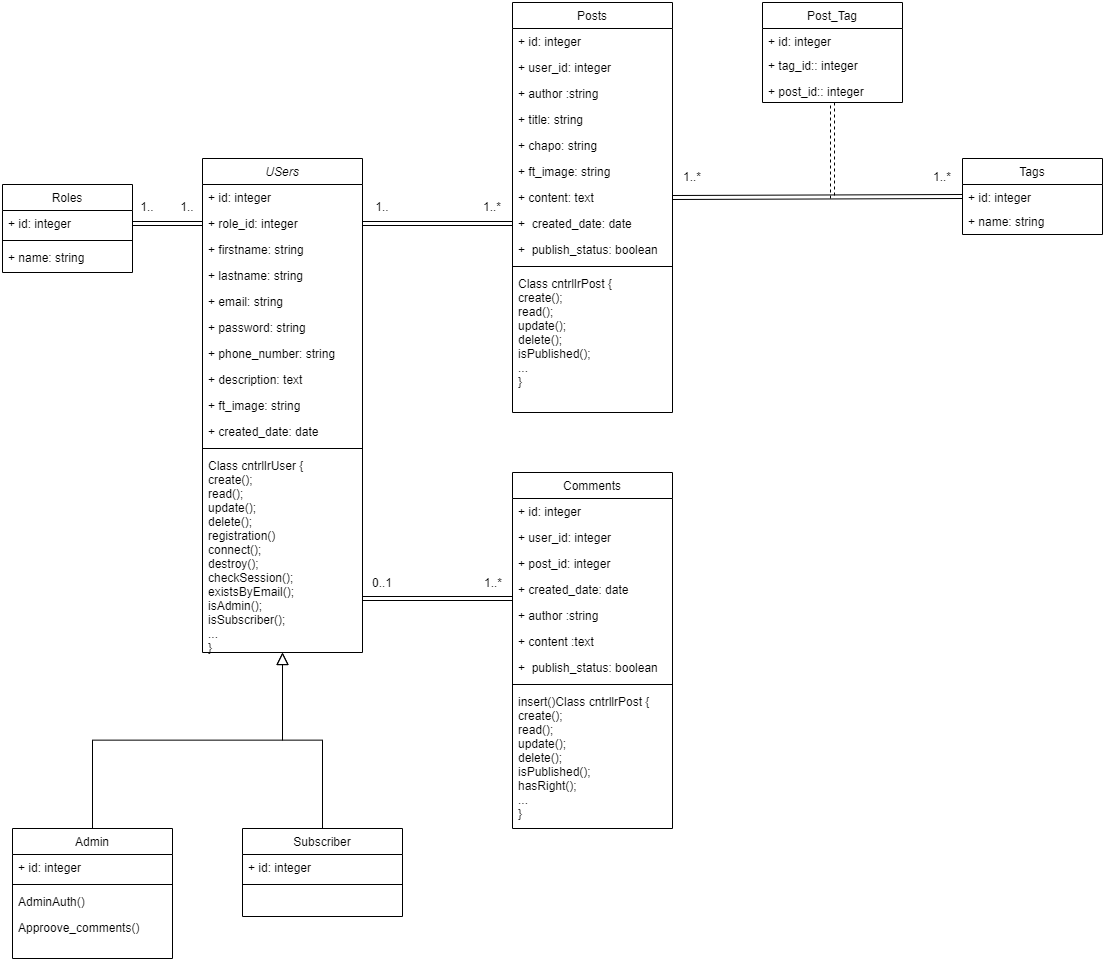
Monky23/My-first-blog keeps this draw.io diagram as UML_P5/P5_Class_diagramm.drawio.png. Above is the earlier version. Source tidied: cells renumbered, new cells last; positions are measured from the earlier drawing's top-left corner, leaving out a move shared by most shapes.
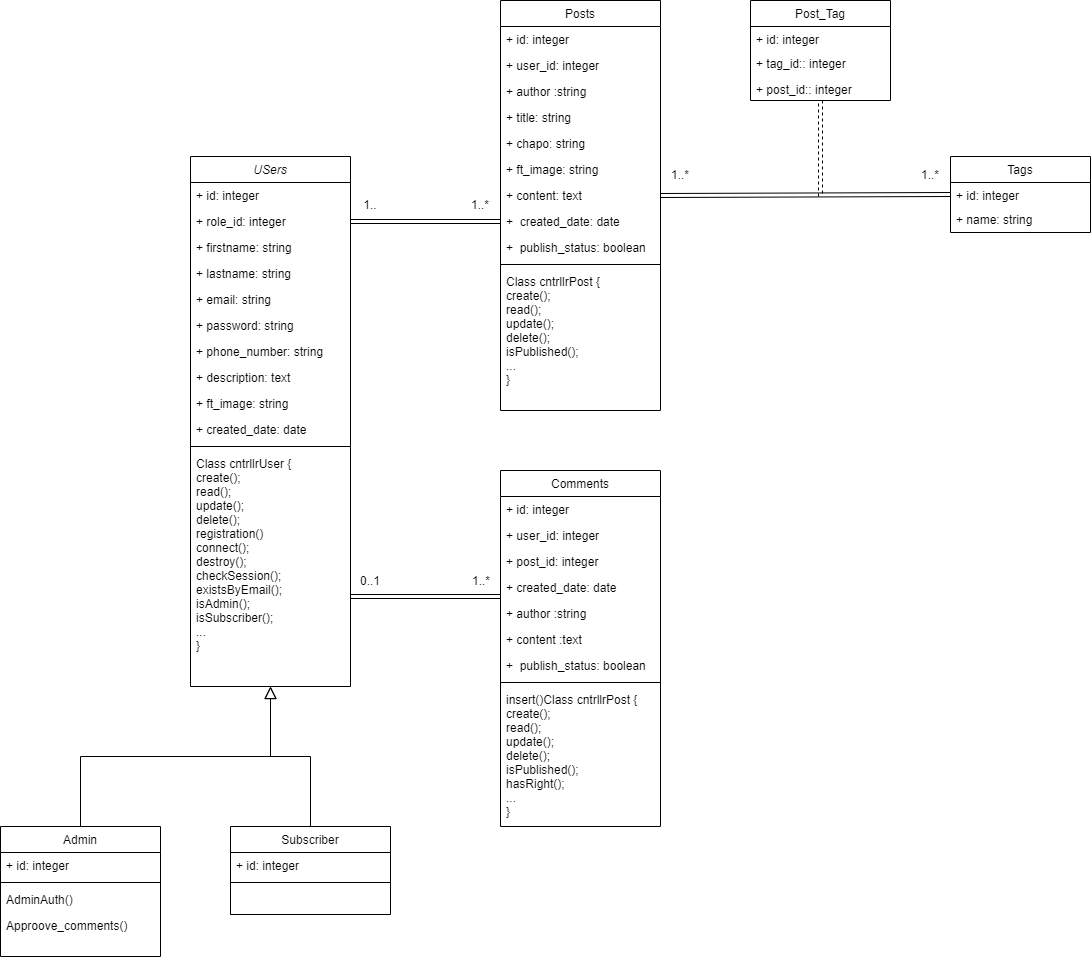
Above is the later version.

Diff of the diagram source:
```diff
@@ -3,7 +3,7 @@
     <mxCell id="0" />
     <mxCell id="1" parent="0" />
     <mxCell id="2" value="USers" style="swimlane;fontStyle=2;align=center;verticalAlign=top;horizontal=1;startSize=26;rounded=0;shadow=0;strokeWidth=1;" parent="1" vertex="1">
-      <mxGeometry x="200" y="156" width="160" height="494" as="geometry" />
+      <mxGeometry x="200" y="156" width="160" height="530" as="geometry" />
     </mxCell>
     <mxCell id="3" value="+ id: integer" style="text;align=left;verticalAlign=top;spacingLeft=4;spacingRight=4;overflow=hidden;rounded=0;shadow=0;html=0;" parent="2" vertex="1">
       <mxGeometry y="26" width="160" height="26" as="geometry" />
@@ -39,7 +39,7 @@
       <mxGeometry y="286" width="160" height="8" as="geometry" />
     </mxCell>
     <mxCell id="14" value="Class cntrllrUser {&#10;create();&#10;read();&#10;update();&#10;delete();&#10;registration()&#10;connect();&#10;destroy();&#10;checkSession();&#10;existsByEmail();&#10;isAdmin();&#10;isSubscriber();&#10;...&#10;}" style="text;align=left;verticalAlign=top;spacingLeft=4;spacingRight=4;overflow=hidden;" parent="2" vertex="1">
-      <mxGeometry y="294" width="160" height="200" as="geometry" />
+      <mxGeometry y="294" width="160" height="226" as="geometry" />
     </mxCell>
     <mxCell id="15" value="Admin" style="swimlane;fontStyle=0;align=center;verticalAlign=top;horizontal=1;startSize=26;rounded=0;shadow=0;strokeWidth=1;" parent="1" vertex="1">
       <mxGeometry x="10" y="826" width="160" height="130" as="geometry" />
@@ -165,18 +165,6 @@
     <mxCell id="54" value="+ post_id:: integer" style="text;strokeColor=none;fillColor=none;align=left;verticalAlign=top;spacingLeft=4;spacingRight=4;overflow=hidden;" parent="51" vertex="1">
       <mxGeometry y="76" width="140" height="24" as="geometry" />
     </mxCell>
-    <mxCell id="55" value="Roles" style="swimlane;fontStyle=0;align=center;verticalAlign=top;horizontal=1;startSize=26;rounded=0;shadow=0;strokeWidth=1;" parent="1" vertex="1">
-      <mxGeometry y="182" width="130" height="88" as="geometry" />
-    </mxCell>
-    <mxCell id="56" value="+ id: integer" style="text;align=left;verticalAlign=top;spacingLeft=4;spacingRight=4;overflow=hidden;points=[[0,0.5],[1,0.5]];portConstraint=eastwest;rounded=0;shadow=0;html=0;" parent="55" vertex="1">
-      <mxGeometry y="26" width="130" height="26" as="geometry" />
-    </mxCell>
-    <mxCell id="57" style="line;html=1;strokeWidth=1;align=left;verticalAlign=middle;spacingTop=-1;spacingLeft=3;spacingRight=3;labelPosition=right;" parent="55" vertex="1">
-      <mxGeometry y="52" width="130" height="8" as="geometry" />
-    </mxCell>
-    <mxCell id="58" value="+ name: string" style="text;strokeColor=none;fillColor=none;align=left;verticalAlign=top;spacingLeft=4;spacingRight=4;overflow=hidden;" parent="55" vertex="1">
-      <mxGeometry y="60" width="130" height="26" as="geometry" />
-    </mxCell>
     <mxCell id="59" style="endArrow=none;html=1;rounded=0;shadow=0;shape=link;exitX=1;exitY=0.5;exitDx=0;exitDy=0;entryX=0;entryY=0.5;entryDx=0;entryDy=0;" parent="1" edge="1" source="33" target="49">
       <mxGeometry relative="1" as="geometry" />
     </mxCell>
@@ -212,14 +200,5 @@
     <mxCell id="68" value="1.." style="text;html=1;strokeColor=none;fillColor=none;align=center;verticalAlign=middle;whiteSpace=wrap;rounded=0;" parent="1" vertex="1">
       <mxGeometry x="365" y="190" width="30" height="30" as="geometry" />
     </mxCell>
-    <mxCell id="69" style="endArrow=none;html=1;rounded=0;shadow=0;shape=link;exitX=1;exitY=0.5;exitDx=0;exitDy=0;entryX=0;entryY=0.5;entryDx=0;entryDy=0;" parent="1" edge="1" source="56" target="4">
-      <mxGeometry relative="1" as="geometry" />
-    </mxCell>
-    <mxCell id="70" value="1.." style="text;html=1;strokeColor=none;fillColor=none;align=center;verticalAlign=middle;whiteSpace=wrap;rounded=0;" parent="1" vertex="1">
-      <mxGeometry x="130" y="190" width="30" height="30" as="geometry" />
-    </mxCell>
-    <mxCell id="71" value="1.." style="text;html=1;strokeColor=none;fillColor=none;align=center;verticalAlign=middle;whiteSpace=wrap;rounded=0;" parent="1" vertex="1">
-      <mxGeometry x="170" y="190" width="30" height="30" as="geometry" />
-    </mxCell>
   </root>
 </mxGraphModel>
```
